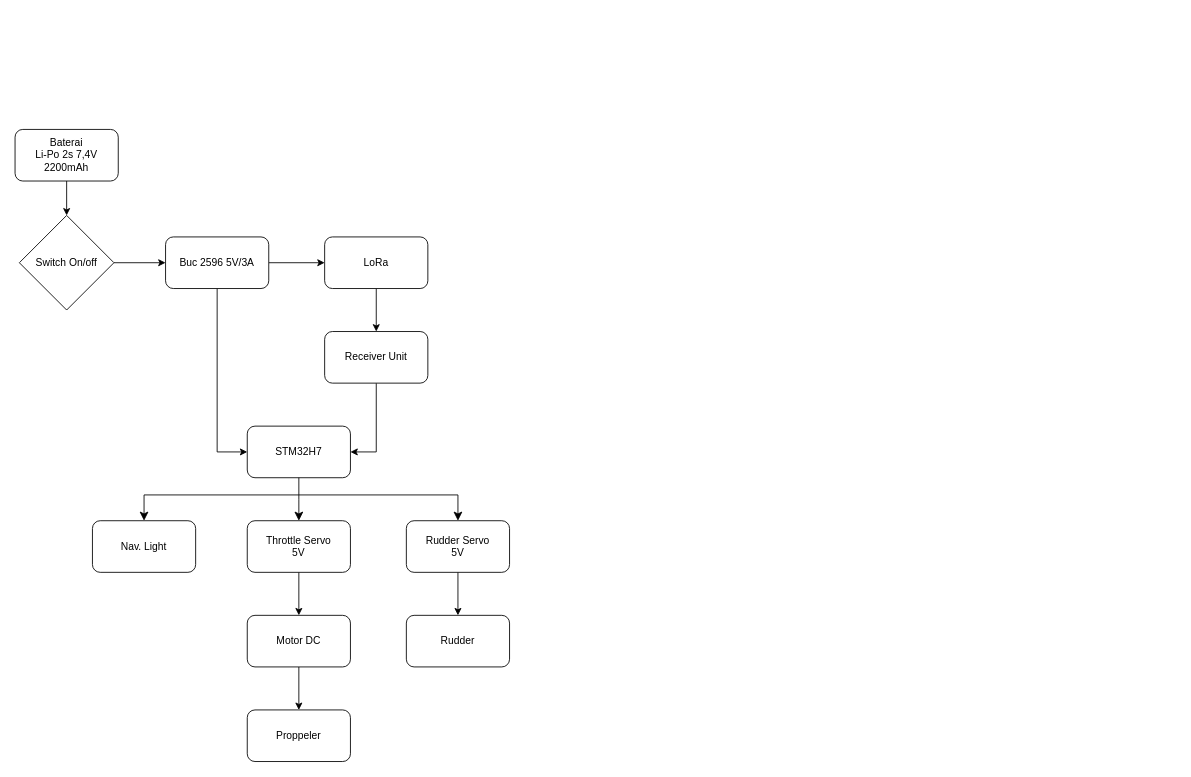
Before: page "PSV ERC" (1 of 2) of ELC_M. Gian Yudha P_Electrical design.drawio in Magang-Barunastra-2024/git-and-github-introduction-gianyudha, a draw.io diagram. Source tidied: cells renumbered, new cells numbered last; positions are measured from the earlier drawing's top-left corner, leaving out a move shared by most shapes. Both pictures are drawn from the tidied source at 86%, with x=0, y=0 at pixel (15, 129).
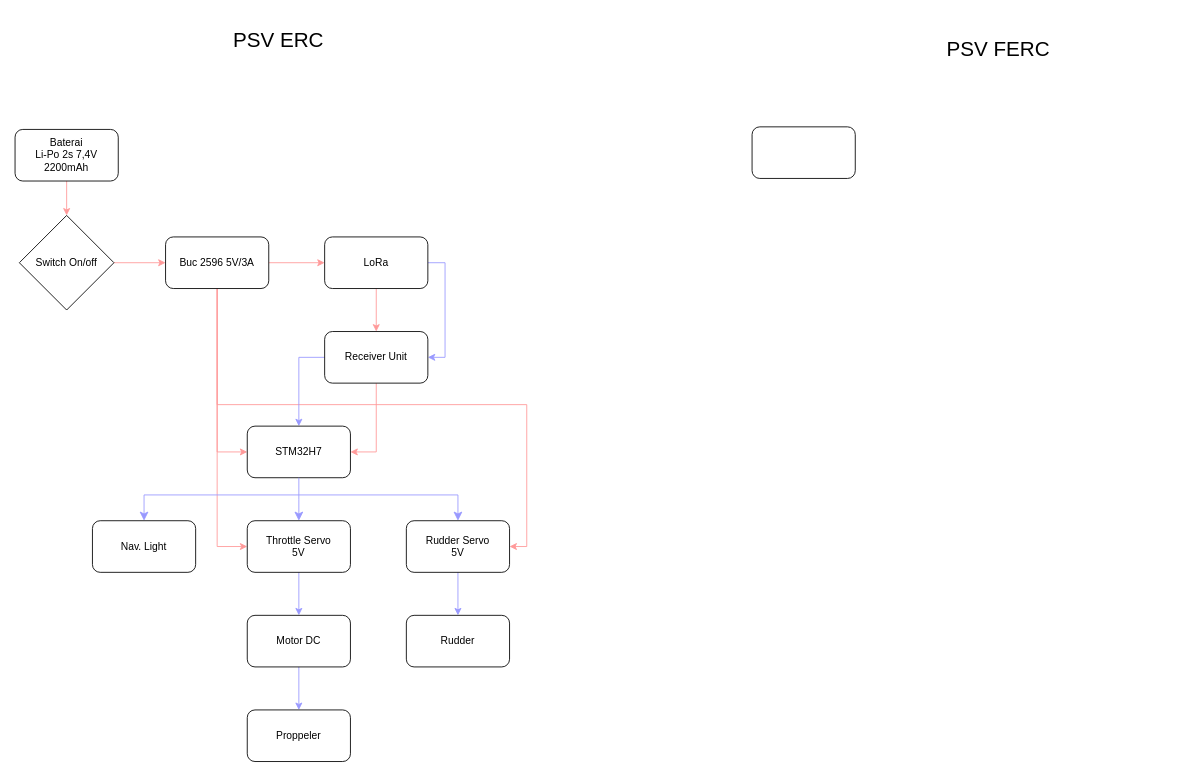
The same diagram, later.

Unchanged cells that the change refers to:
```xml
<mxCell id="3" value="Baterai&lt;div&gt;Li-Po 2s 7,4V&lt;/div&gt;&lt;div&gt;2200mAh&lt;/div&gt;" style="rounded=1;whiteSpace=wrap;html=1;" parent="1" vertex="1">
  <mxGeometry width="120" height="60" as="geometry" />
</mxCell>
<mxCell id="5" value="Switch On/off" style="rhombus;whiteSpace=wrap;html=1;" parent="1" vertex="1">
  <mxGeometry x="5" y="100" width="110" height="110" as="geometry" />
</mxCell>
<mxCell id="8" value="Buc 2596 5V/3A" style="rounded=1;whiteSpace=wrap;html=1;" parent="1" vertex="1">
  <mxGeometry x="175" y="125" width="120" height="60" as="geometry" />
</mxCell>
<mxCell id="10" value="LoRa" style="rounded=1;whiteSpace=wrap;html=1;" parent="1" vertex="1">
  <mxGeometry x="360" y="125" width="120" height="60" as="geometry" />
</mxCell>
<mxCell id="12" value="Receiver Unit" style="rounded=1;whiteSpace=wrap;html=1;" parent="1" vertex="1">
  <mxGeometry x="360" y="235" width="120" height="60" as="geometry" />
</mxCell>
<mxCell id="13" value="STM32H7" style="rounded=1;whiteSpace=wrap;html=1;" parent="1" vertex="1">
  <mxGeometry x="270" y="345" width="120" height="60" as="geometry" />
</mxCell>
<mxCell id="15" value="Throttle Servo&lt;div&gt;5V&lt;/div&gt;" style="rounded=1;whiteSpace=wrap;html=1;" parent="1" vertex="1">
  <mxGeometry x="270" y="455" width="120" height="60" as="geometry" />
</mxCell>
<mxCell id="17" value="Rudder Servo&lt;div&gt;5V&lt;/div&gt;" style="rounded=1;whiteSpace=wrap;html=1;" parent="1" vertex="1">
  <mxGeometry x="455" y="455" width="120" height="60" as="geometry" />
</mxCell>
<mxCell id="19" value="Motor DC" style="rounded=1;whiteSpace=wrap;html=1;" parent="1" vertex="1">
  <mxGeometry x="270" y="565" width="120" height="60" as="geometry" />
</mxCell>
<mxCell id="20" value="Rudder" style="rounded=1;whiteSpace=wrap;html=1;" parent="1" vertex="1">
  <mxGeometry x="455" y="565" width="120" height="60" as="geometry" />
</mxCell>
<mxCell id="21" value="Proppeler" style="rounded=1;whiteSpace=wrap;html=1;" parent="1" vertex="1">
  <mxGeometry x="270" y="675" width="120" height="60" as="geometry" />
</mxCell>
<mxCell id="23" value="Nav. Light" style="rounded=1;whiteSpace=wrap;html=1;" parent="1" vertex="1">
  <mxGeometry x="90" y="455" width="120" height="60" as="geometry" />
</mxCell>
```

Diff of the diagram source:
```diff
@@
-    <mxCell id="2" style="edgeStyle=orthogonalEdgeStyle;rounded=0;jettySize=auto;html=1;exitX=0.5;exitY=1;exitDx=0;exitDy=0;entryX=0.5;entryY=0;entryDx=0;entryDy=0;" parent="1" edge="1" source="3" target="5">
+    <mxCell id="2" style="edgeStyle=orthogonalEdgeStyle;rounded=0;jettySize=auto;html=1;exitX=0.5;exitY=1;exitDx=0;exitDy=0;entryX=0.5;entryY=0;entryDx=0;entryDy=0;strokeColor=#FF9999;" parent="1" edge="1" source="3" target="5">
       <mxGeometry relative="1" as="geometry" />
     </mxCell>
@@
-    <mxCell id="4" style="edgeStyle=orthogonalEdgeStyle;rounded=0;jettySize=auto;html=1;exitX=1;exitY=0.5;exitDx=0;exitDy=0;entryX=0;entryY=0.5;entryDx=0;entryDy=0;" parent="1" edge="1" source="5" target="8">
+    <mxCell id="4" style="edgeStyle=orthogonalEdgeStyle;rounded=0;jettySize=auto;html=1;exitX=1;exitY=0.5;exitDx=0;exitDy=0;entryX=0;entryY=0.5;entryDx=0;entryDy=0;strokeColor=#FF9999;" parent="1" edge="1" source="5" target="8">
       <mxGeometry relative="1" as="geometry" />
     </mxCell>
@@
-    <mxCell id="6" style="edgeStyle=orthogonalEdgeStyle;rounded=0;jettySize=auto;html=1;exitX=1;exitY=0.5;exitDx=0;exitDy=0;entryX=0;entryY=0.5;entryDx=0;entryDy=0;" parent="1" edge="1" source="8" target="10">
+    <mxCell id="6" style="edgeStyle=orthogonalEdgeStyle;rounded=0;jettySize=auto;html=1;exitX=1;exitY=0.5;exitDx=0;exitDy=0;entryX=0;entryY=0.5;entryDx=0;entryDy=0;strokeColor=#FF9999;" parent="1" edge="1" source="8" target="10">
       <mxGeometry relative="1" as="geometry" />
     </mxCell>
-    <mxCell id="7" style="edgeStyle=orthogonalEdgeStyle;rounded=0;jettySize=auto;html=1;exitX=0.5;exitY=1;exitDx=0;exitDy=0;entryX=0;entryY=0.5;entryDx=0;entryDy=0;" parent="1" edge="1" source="8" target="13">
+    <mxCell id="7" style="edgeStyle=orthogonalEdgeStyle;rounded=0;jettySize=auto;html=1;exitX=0.5;exitY=1;exitDx=0;exitDy=0;entryX=0;entryY=0.5;entryDx=0;entryDy=0;strokeColor=#FF9999;" parent="1" edge="1" source="8" target="13">
       <mxGeometry relative="1" as="geometry" />
     </mxCell>
+    <mxCell id="26" style="edgeStyle=orthogonalEdgeStyle;rounded=0;jettySize=auto;html=1;exitX=0.5;exitY=1;exitDx=0;exitDy=0;entryX=0;entryY=0.5;entryDx=0;entryDy=0;strokeColor=#FF9999;" parent="1" edge="1" source="8" target="15">
+      <mxGeometry relative="1" as="geometry" />
+    </mxCell>
+    <mxCell id="27" style="edgeStyle=orthogonalEdgeStyle;rounded=0;jettySize=auto;html=1;exitX=0.5;exitY=1;exitDx=0;exitDy=0;entryX=1;entryY=0.5;entryDx=0;entryDy=0;strokeColor=#FF9999;" parent="1" edge="1" source="8" target="17">
+      <mxGeometry relative="1" as="geometry" />
+    </mxCell>
@@
-    <mxCell id="9" style="edgeStyle=orthogonalEdgeStyle;rounded=0;jettySize=auto;html=1;exitX=0.5;exitY=1;exitDx=0;exitDy=0;entryX=0.5;entryY=0;entryDx=0;entryDy=0;" parent="1" edge="1" source="10" target="12">
+    <mxCell id="9" style="edgeStyle=orthogonalEdgeStyle;rounded=0;jettySize=auto;html=1;exitX=0.5;exitY=1;exitDx=0;exitDy=0;entryX=0.5;entryY=0;entryDx=0;entryDy=0;strokeColor=#FF9999;" parent="1" edge="1" source="10" target="12">
       <mxGeometry relative="1" as="geometry" />
     </mxCell>
+    <mxCell id="28" style="edgeStyle=orthogonalEdgeStyle;rounded=0;jettySize=auto;html=1;exitX=1;exitY=0.5;exitDx=0;exitDy=0;entryX=1;entryY=0.5;entryDx=0;entryDy=0;strokeColor=#9999FF;" parent="1" edge="1" source="10" target="12">
+      <mxGeometry relative="1" as="geometry" />
+    </mxCell>
@@
-    <mxCell id="11" style="edgeStyle=orthogonalEdgeStyle;rounded=0;jettySize=auto;html=1;exitX=0.5;exitY=1;exitDx=0;exitDy=0;entryX=1;entryY=0.5;entryDx=0;entryDy=0;" parent="1" edge="1" source="12" target="13">
+    <mxCell id="11" style="edgeStyle=orthogonalEdgeStyle;rounded=0;jettySize=auto;html=1;exitX=0.5;exitY=1;exitDx=0;exitDy=0;entryX=1;entryY=0.5;entryDx=0;entryDy=0;strokeColor=#FF9999;" parent="1" edge="1" source="12" target="13">
       <mxGeometry relative="1" as="geometry" />
     </mxCell>
+    <mxCell id="29" style="edgeStyle=orthogonalEdgeStyle;rounded=0;jettySize=auto;html=1;exitX=0;exitY=0.5;exitDx=0;exitDy=0;strokeColor=#9999FF;" parent="1" edge="1" source="12" target="13">
+      <mxGeometry relative="1" as="geometry" />
+    </mxCell>
@@
-    <mxCell id="14" style="edgeStyle=orthogonalEdgeStyle;rounded=0;jettySize=auto;html=1;exitX=0.5;exitY=1;exitDx=0;exitDy=0;entryX=0.5;entryY=0;entryDx=0;entryDy=0;" parent="1" edge="1" source="15" target="19">
+    <mxCell id="14" style="edgeStyle=orthogonalEdgeStyle;rounded=0;jettySize=auto;html=1;exitX=0.5;exitY=1;exitDx=0;exitDy=0;entryX=0.5;entryY=0;entryDx=0;entryDy=0;strokeColor=#9999FF;" parent="1" edge="1" source="15" target="19">
       <mxGeometry relative="1" as="geometry" />
     </mxCell>
@@
-    <mxCell id="16" style="edgeStyle=orthogonalEdgeStyle;rounded=0;jettySize=auto;html=1;exitX=0.5;exitY=1;exitDx=0;exitDy=0;entryX=0.5;entryY=0;entryDx=0;entryDy=0;" parent="1" edge="1" source="17" target="20">
+    <mxCell id="16" style="edgeStyle=orthogonalEdgeStyle;rounded=0;jettySize=auto;html=1;exitX=0.5;exitY=1;exitDx=0;exitDy=0;entryX=0.5;entryY=0;entryDx=0;entryDy=0;strokeColor=#9999FF;" parent="1" edge="1" source="17" target="20">
       <mxGeometry relative="1" as="geometry" />
     </mxCell>
@@
-    <mxCell id="18" style="edgeStyle=orthogonalEdgeStyle;rounded=0;jettySize=auto;html=1;exitX=0.5;exitY=1;exitDx=0;exitDy=0;entryX=0.5;entryY=0;entryDx=0;entryDy=0;" parent="1" edge="1" source="19" target="21">
+    <mxCell id="18" style="edgeStyle=orthogonalEdgeStyle;rounded=0;jettySize=auto;html=1;exitX=0.5;exitY=1;exitDx=0;exitDy=0;entryX=0.5;entryY=0;entryDx=0;entryDy=0;strokeColor=#9999FF;" parent="1" edge="1" source="19" target="21">
       <mxGeometry relative="1" as="geometry" />
     </mxCell>
@@
-    <mxCell id="22" style="edgeStyle=elbowEdgeStyle;elbow=vertical;endArrow=classic;html=1;curved=0;rounded=0;endSize=8;startSize=8;exitX=0.5;exitY=1;exitDx=0;exitDy=0;entryX=0.5;entryY=0;entryDx=0;entryDy=0;" parent="1" edge="1" source="13" target="15">
+    <mxCell id="22" style="edgeStyle=elbowEdgeStyle;elbow=vertical;endArrow=classic;html=1;curved=0;rounded=0;endSize=8;startSize=8;exitX=0.5;exitY=1;exitDx=0;exitDy=0;entryX=0.5;entryY=0;entryDx=0;entryDy=0;strokeColor=#9999FF;" parent="1" edge="1" source="13" target="15">
       <mxGeometry relative="1" as="geometry" />
     </mxCell>
@@
-    <mxCell id="24" style="edgeStyle=segmentEdgeStyle;endArrow=classic;html=1;curved=0;rounded=0;endSize=8;startSize=8;entryX=0.5;entryY=0;entryDx=0;entryDy=0;" parent="1" edge="1" target="17">
+    <mxCell id="24" style="edgeStyle=segmentEdgeStyle;endArrow=classic;html=1;curved=0;rounded=0;endSize=8;startSize=8;entryX=0.5;entryY=0;entryDx=0;entryDy=0;strokeColor=#9999FF;" parent="1" edge="1" target="17">
       <mxGeometry relative="1" as="geometry">
         <mxPoint x="330" y="425" as="sourcePoint" />
       </mxGeometry>
     </mxCell>
-    <mxCell id="25" style="edgeStyle=segmentEdgeStyle;endArrow=classic;html=1;curved=0;rounded=0;endSize=8;startSize=8;entryX=0.5;entryY=0;entryDx=0;entryDy=0;" parent="1" edge="1" target="23">
+    <mxCell id="25" style="edgeStyle=segmentEdgeStyle;endArrow=classic;html=1;curved=0;rounded=0;endSize=8;startSize=8;entryX=0.5;entryY=0;entryDx=0;entryDy=0;strokeColor=#9999FF;" parent="1" edge="1" target="23">
       <mxGeometry relative="1" as="geometry">
         <mxPoint x="330" y="425" as="sourcePoint" />
       </mxGeometry>
     </mxCell>
+    <mxCell id="30" value="&lt;font style=&quot;font-size: 24px;&quot;&gt;PSV FERC&lt;/font&gt;" style="text;strokeColor=none;align=center;fillColor=none;html=1;verticalAlign=middle;whiteSpace=wrap;rounded=0;" parent="1" vertex="1">
+      <mxGeometry x="937" y="-123" width="413" height="60" as="geometry" />
+    </mxCell>
+    <mxCell id="31" style="rounded=1;whiteSpace=wrap;html=1;" parent="1" vertex="1">
+      <mxGeometry x="857" y="-3" width="120" height="60" as="geometry" />
+    </mxCell>
+    <mxCell id="32" value="&lt;font style=&quot;font-size: 24px;&quot;&gt;PSV ERC&lt;/font&gt;" style="text;strokeColor=none;align=center;fillColor=none;html=1;verticalAlign=middle;whiteSpace=wrap;rounded=0;" parent="1" vertex="1">
+      <mxGeometry x="100" y="-133" width="413" height="60" as="geometry" />
+    </mxCell>
```
